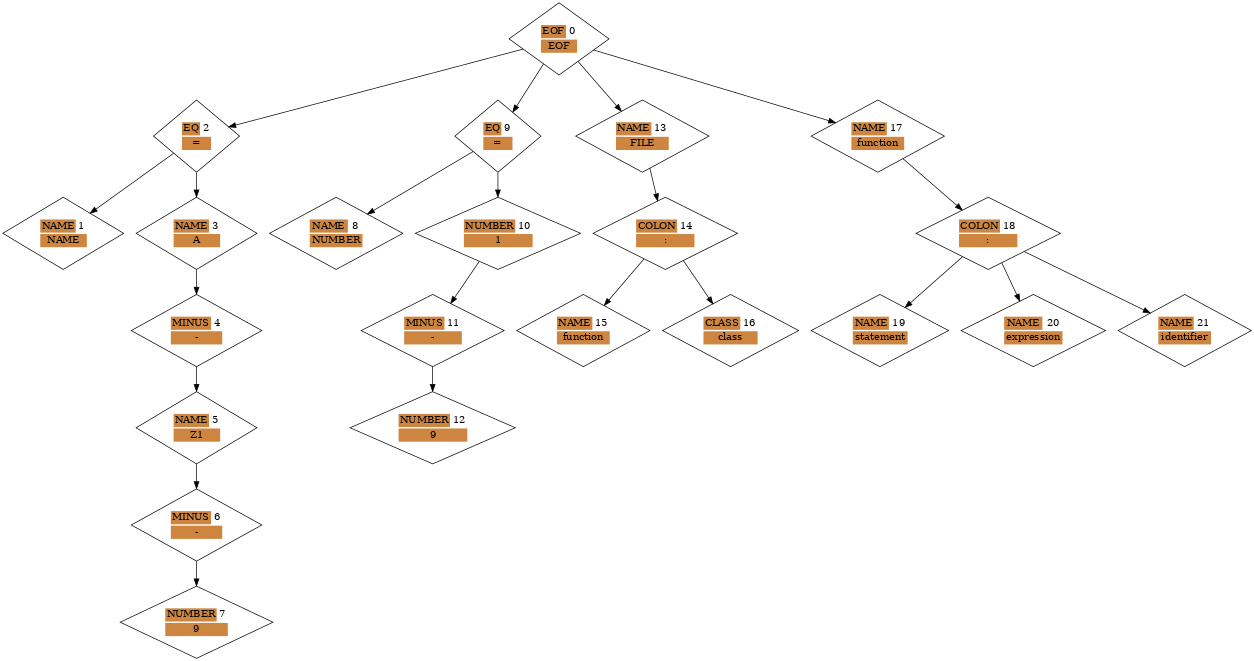
This is graph.png from 1mchlkrpch/Rebecca, a Graphviz export, as it was before one commit. Its source is kept beside it as graph.dot.
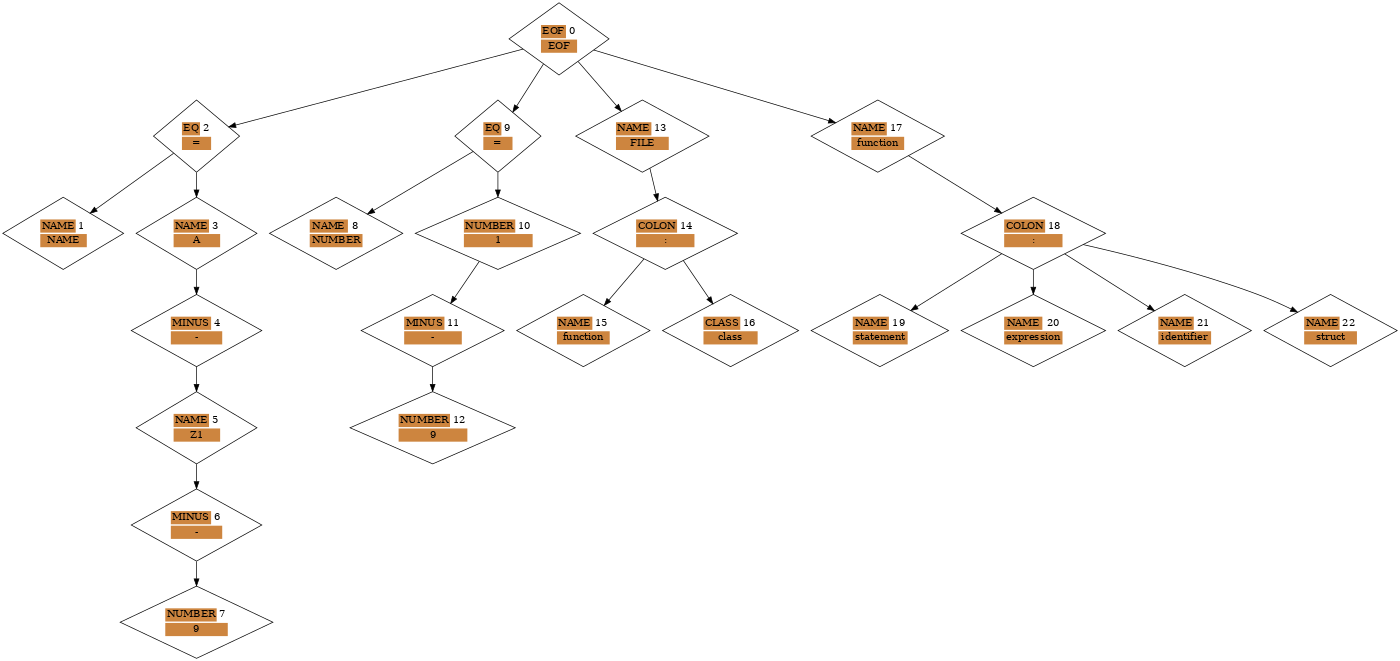
The same diagram one commit later.

Diff of the diagram source:
```diff
@@ -154,6 +154,13 @@
 		</table>
 	>]
 
+	n22 [shape=diamond label=<
+		<table border="0">
+			<tr><td colspan="1" bgcolor="Peru">NAME</td><td>22</td></tr>
+			<tr><td colspan="2" bgcolor="Peru">struct</td></tr>
+		</table>
+	>]
+
 	n0 -> n2
 	n0 -> n9
 	n0 -> n13
@@ -175,4 +182,5 @@
 	n18 -> n19
 	n18 -> n20
 	n18 -> n21
+	n18 -> n22
 }
```
